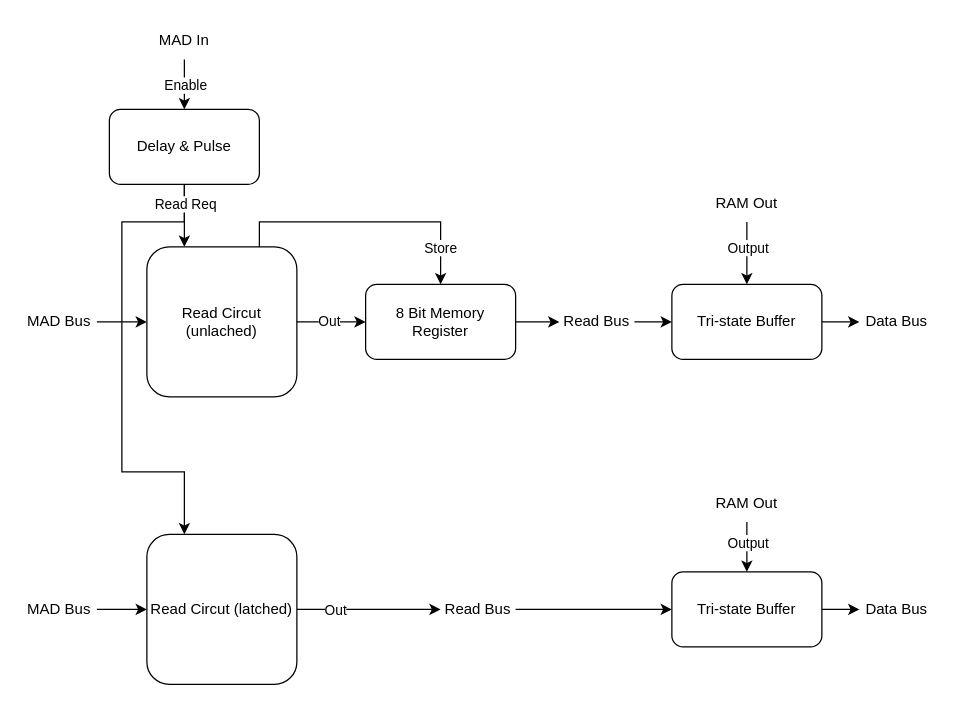
omzz15/Magnetic-Memory keeps this draw.io diagram as page "Clear & Read" (3 of 4) of General/Magnetic Memory.drawio. Above is the earlier version. Source tidied: cells renumbered, new cells numbered last; positions are measured from the earlier drawing's top-left corner, leaving out a move shared by most shapes. Both pictures are drawn from the tidied source at 125%, with x=0, y=0 at pixel (21, 21).
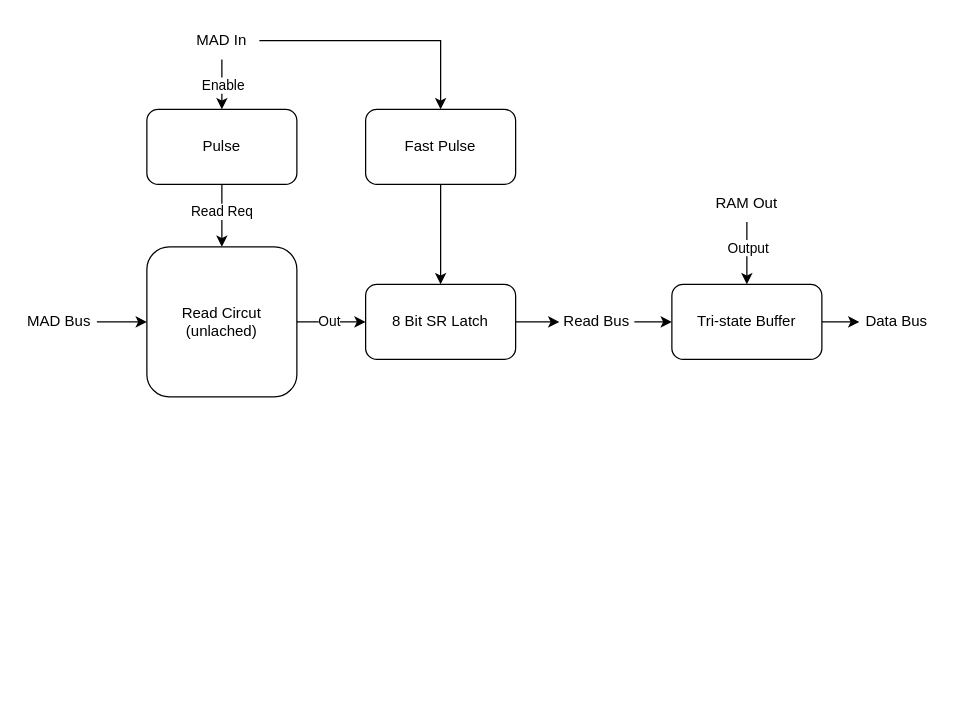
The same diagram, later.

Unchanged cells that the change refers to:
```xml
<mxCell id="12" value="Read Circut (unlached)" style="rounded=1;whiteSpace=wrap;html=1;" parent="1" vertex="1">
  <mxGeometry x="100" y="180" width="120" height="120" as="geometry" />
</mxCell>
```

Change to the diagram source:
```diff
@@
-    <mxCell id="3" value="8 Bit Memory Register" style="rounded=1;whiteSpace=wrap;html=1;" parent="1" vertex="1">
+    <mxCell id="3" value="8 Bit SR Latch" style="rounded=1;whiteSpace=wrap;html=1;" parent="1" vertex="1">
       <mxGeometry x="275" y="210" width="120" height="60" as="geometry" />
     </mxCell>
@@
+    <mxCell id="39" style="edgeStyle=orthogonalEdgeStyle;rounded=0;jettySize=auto;html=1;entryX=0.5;entryY=0;entryDx=0;entryDy=0;" parent="1" edge="1" source="11" target="41">
+      <mxGeometry relative="1" as="geometry" />
+    </mxCell>
     <mxCell id="11" value="MAD In" style="text;html=1;strokeColor=none;fillColor=none;align=center;verticalAlign=middle;whiteSpace=wrap;rounded=0;" parent="1" vertex="1">
-      <mxGeometry x="100" width="60" height="30" as="geometry" />
+      <mxGeometry x="130" width="60" height="30" as="geometry" />
     </mxCell>
@@
-    <mxCell id="15" style="edgeStyle=orthogonalEdgeStyle;rounded=0;jettySize=auto;html=1;entryX=0.5;entryY=0;entryDx=0;entryDy=0;exitX=0.75;exitY=0;exitDx=0;exitDy=0;" parent="1" edge="1" source="12" target="3">
-      <mxGeometry relative="1" as="geometry" />
-    </mxCell>
-    <mxCell id="16" value="Store" style="edgeLabel;html=1;align=center;verticalAlign=middle;" parent="15" vertex="1">
-      <mxGeometry x="0.12" y="-1" relative="1" as="geometry">
-        <mxPoint x="44" y="19" as="offset" />
-      </mxGeometry>
-    </mxCell>
@@
-    <mxCell id="22" style="edgeStyle=orthogonalEdgeStyle;rounded=0;jettySize=auto;html=1;entryX=0;entryY=0.5;entryDx=0;entryDy=0;" parent="1" edge="1" source="23" target="25">
-      <mxGeometry relative="1" as="geometry" />
-    </mxCell>
-    <mxCell id="23" value="Read Bus" style="text;html=1;strokeColor=none;fillColor=none;align=center;verticalAlign=middle;whiteSpace=wrap;rounded=0;" parent="1" vertex="1">
-      <mxGeometry x="335" y="455" width="60" height="30" as="geometry" />
-    </mxCell>
-    <mxCell id="24" style="edgeStyle=orthogonalEdgeStyle;rounded=0;jettySize=auto;html=1;entryX=0;entryY=0.5;entryDx=0;entryDy=0;" parent="1" edge="1" source="25" target="26">
-      <mxGeometry relative="1" as="geometry" />
-    </mxCell>
-    <mxCell id="25" value="Tri-state Buffer" style="rounded=1;whiteSpace=wrap;html=1;" parent="1" vertex="1">
-      <mxGeometry x="520" y="440" width="120" height="60" as="geometry" />
-    </mxCell>
-    <mxCell id="26" value="Data Bus" style="text;html=1;strokeColor=none;fillColor=none;align=center;verticalAlign=middle;whiteSpace=wrap;rounded=0;" parent="1" vertex="1">
-      <mxGeometry x="670" y="455" width="60" height="30" as="geometry" />
-    </mxCell>
-    <mxCell id="27" style="edgeStyle=orthogonalEdgeStyle;rounded=0;jettySize=auto;html=1;entryX=0;entryY=0.5;entryDx=0;entryDy=0;" parent="1" edge="1" source="29" target="23">
-      <mxGeometry relative="1" as="geometry" />
-    </mxCell>
-    <mxCell id="28" value="Out" style="edgeLabel;html=1;align=center;verticalAlign=middle;" parent="27" vertex="1">
-      <mxGeometry x="-0.61" y="-3" relative="1" as="geometry">
-        <mxPoint x="8" y="-3" as="offset" />
-      </mxGeometry>
-    </mxCell>
-    <mxCell id="29" value="Read Circut (latched)" style="rounded=1;whiteSpace=wrap;html=1;" parent="1" vertex="1">
-      <mxGeometry x="100" y="410" width="120" height="120" as="geometry" />
-    </mxCell>
-    <mxCell id="30" style="edgeStyle=orthogonalEdgeStyle;rounded=0;jettySize=auto;html=1;entryX=0;entryY=0.5;entryDx=0;entryDy=0;" parent="1" edge="1" source="31" target="29">
-      <mxGeometry relative="1" as="geometry" />
-    </mxCell>
-    <mxCell id="31" value="MAD Bus" style="text;html=1;strokeColor=none;fillColor=none;align=center;verticalAlign=middle;whiteSpace=wrap;rounded=0;" parent="1" vertex="1">
-      <mxGeometry y="455" width="60" height="30" as="geometry" />
-    </mxCell>
-    <mxCell id="32" style="edgeStyle=orthogonalEdgeStyle;rounded=0;jettySize=auto;html=1;entryX=0.5;entryY=0;entryDx=0;entryDy=0;" parent="1" edge="1" source="34" target="25">
-      <mxGeometry relative="1" as="geometry" />
-    </mxCell>
-    <mxCell id="33" value="Output" style="edgeLabel;html=1;align=center;verticalAlign=middle;" parent="32" vertex="1">
-      <mxGeometry x="-0.21" relative="1" as="geometry" />
-    </mxCell>
-    <mxCell id="34" value="RAM Out" style="text;html=1;strokeColor=none;fillColor=none;align=center;verticalAlign=middle;whiteSpace=wrap;rounded=0;" parent="1" vertex="1">
-      <mxGeometry x="550" y="370" width="60" height="30" as="geometry" />
-    </mxCell>
-    <mxCell id="35" style="edgeStyle=orthogonalEdgeStyle;rounded=0;jettySize=auto;html=1;exitX=0.5;exitY=1;exitDx=0;exitDy=0;entryX=0.25;entryY=0;entryDx=0;entryDy=0;" parent="1" edge="1" source="38" target="12">
+    <mxCell id="35" style="edgeStyle=orthogonalEdgeStyle;rounded=0;jettySize=auto;html=1;exitX=0.5;exitY=1;exitDx=0;exitDy=0;entryX=0.5;entryY=0;entryDx=0;entryDy=0;" parent="1" edge="1" source="38" target="12">
       <mxGeometry relative="1" as="geometry" />
     </mxCell>
-    <mxCell id="36" style="edgeStyle=orthogonalEdgeStyle;rounded=0;jettySize=auto;html=1;entryX=0.25;entryY=0;entryDx=0;entryDy=0;exitX=0.5;exitY=1;exitDx=0;exitDy=0;" parent="1" edge="1" source="38" target="29">
-      <mxGeometry relative="1" as="geometry">
-        <Array as="points">
-          <mxPoint x="130" y="160" />
-          <mxPoint x="80" y="160" />
-          <mxPoint x="80" y="360" />
-          <mxPoint x="130" y="360" />
-        </Array>
-      </mxGeometry>
-    </mxCell>
-    <mxCell id="37" value="Read Req" style="edgeLabel;html=1;align=center;verticalAlign=middle;" parent="36" vertex="1">
-      <mxGeometry x="-0.94" y="1" relative="1" as="geometry">
-        <mxPoint x="-1" y="4" as="offset" />
-      </mxGeometry>
+    <mxCell id="37" value="Read Req" style="edgeLabel;html=1;align=center;verticalAlign=middle;" parent="35" vertex="1">
+      <mxGeometry x="-0.15" y="-1" relative="1" as="geometry" />
     </mxCell>
-    <mxCell id="38" value="Delay &amp;amp; Pulse" style="rounded=1;whiteSpace=wrap;html=1;" parent="1" vertex="1">
-      <mxGeometry x="70" y="70" width="120" height="60" as="geometry" />
+    <mxCell id="38" value="Pulse" style="rounded=1;whiteSpace=wrap;html=1;" parent="1" vertex="1">
+      <mxGeometry x="100" y="70" width="120" height="60" as="geometry" />
     </mxCell>
+    <mxCell id="40" style="edgeStyle=orthogonalEdgeStyle;rounded=0;jettySize=auto;html=1;entryX=0.5;entryY=0;entryDx=0;entryDy=0;" parent="1" edge="1" source="41" target="3">
+      <mxGeometry relative="1" as="geometry" />
+    </mxCell>
+    <mxCell id="41" value="Fast Pulse" style="rounded=1;whiteSpace=wrap;html=1;" parent="1" vertex="1">
+      <mxGeometry x="275" y="70" width="120" height="60" as="geometry" />
+    </mxCell>
```
